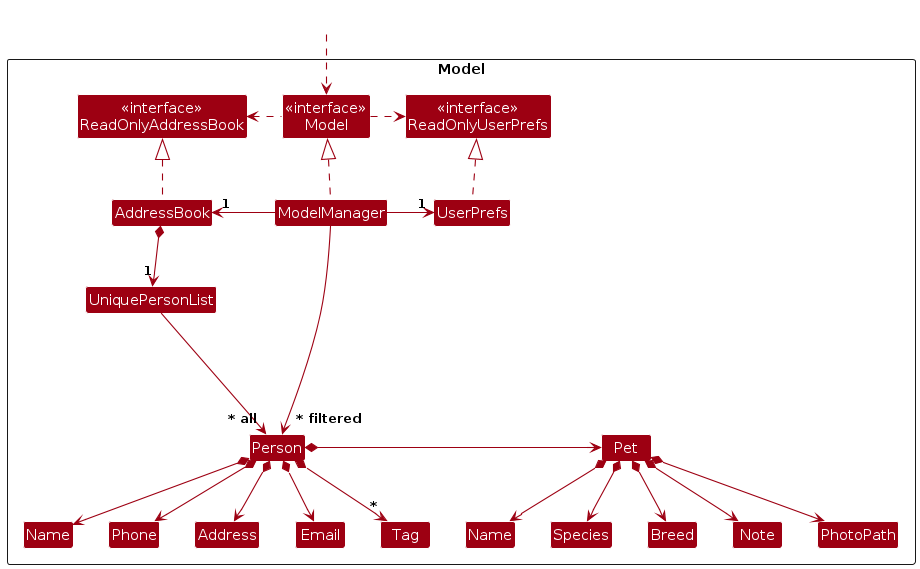
Earlier version of the PlantUML export diagrams/ModelClassDiagram.png (xiuxikwey/tp). Its source is kept beside it as diagrams/ModelClassDiagram.puml.
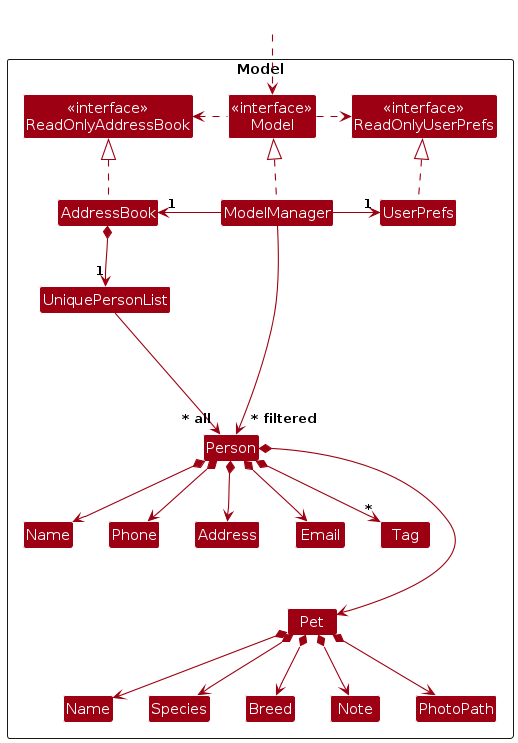
Above is the later version.

Diff of the diagram source:
```diff
@@ -48,7 +48,7 @@
 Person *--> Email
 Person *--> Address
 Person *--> "*" Tag
-Person *-> Pet
+Person *---> Pet
 
 Pet *--> PetName
 Pet *--> Species
```
